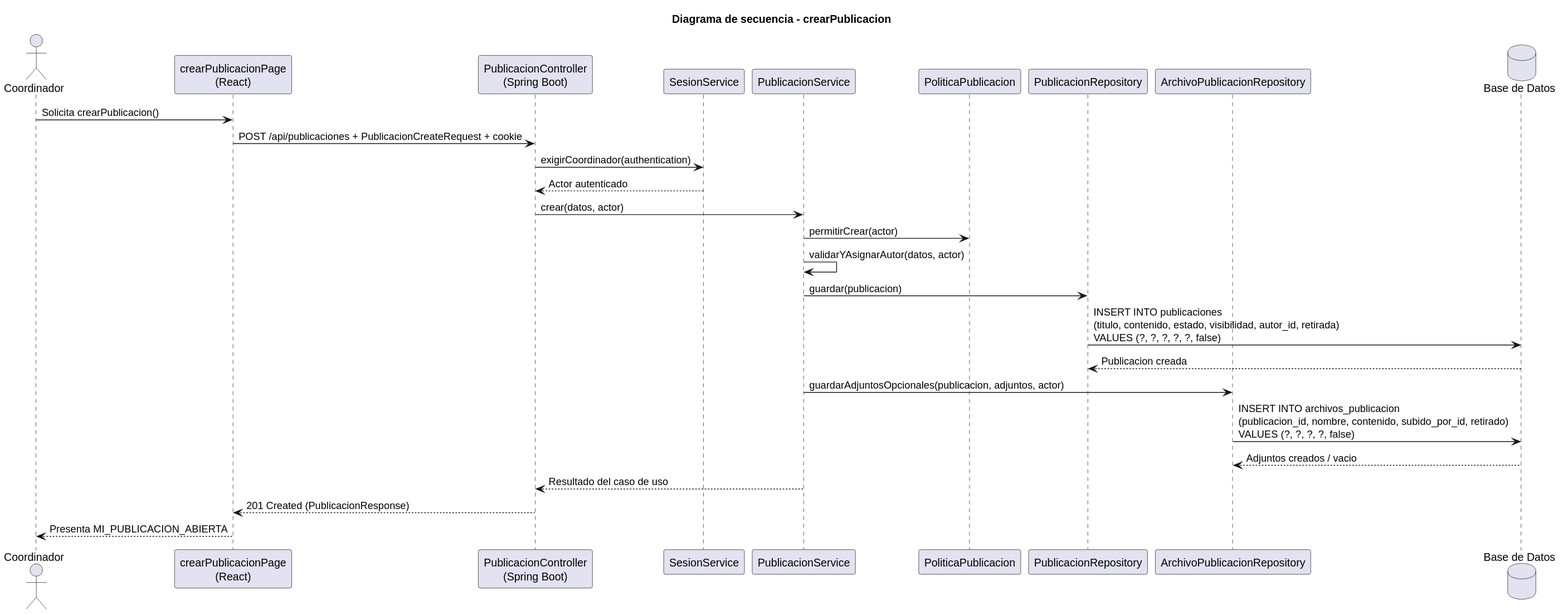
The PlantUML diagram images/RUP/02-diseño/casos-uso/coordinador/crearPublicacion/secuencia.svg in beatriizorozco/25-26-idsw2-sdVC, before a commit.
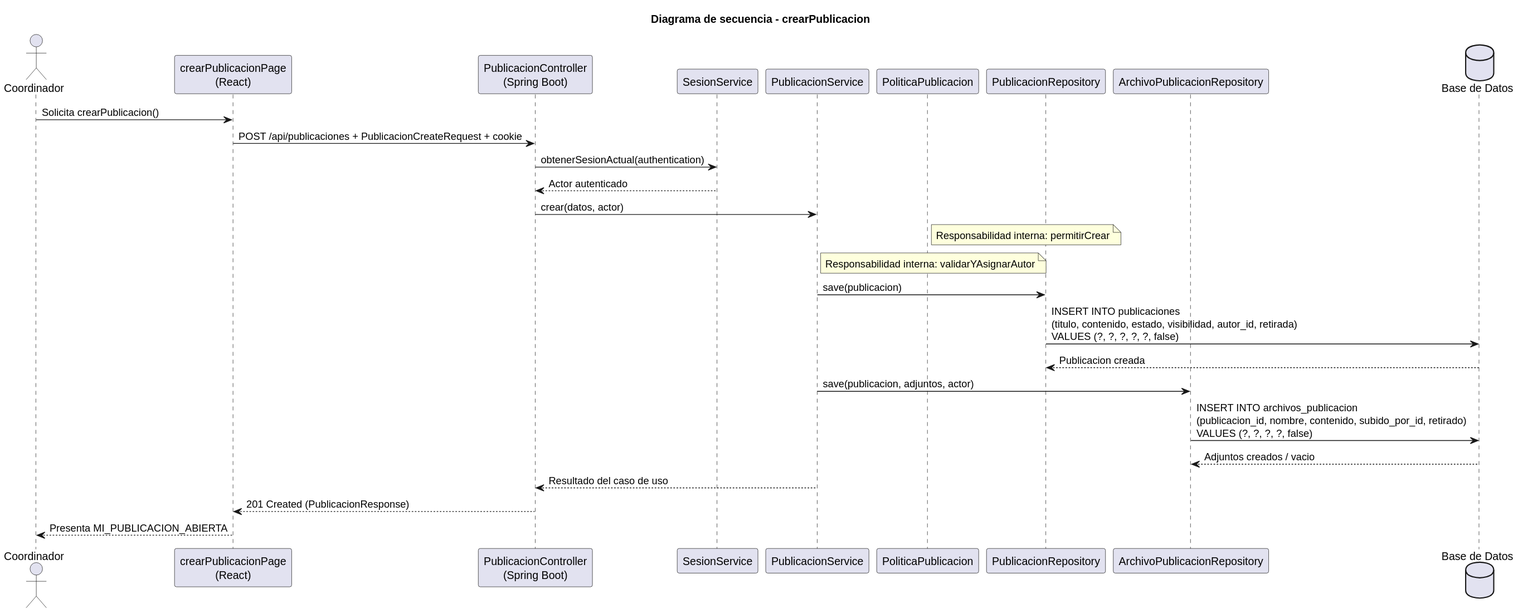
After the change.

Diff of the diagram source:
```diff
@@ -12,15 +12,15 @@
 
 Coordinador -> Frontend: Solicita crearPublicacion()
 Frontend -> Api: POST /api/publicaciones + PublicacionCreateRequest + cookie
-Api -> Sesion: exigirCoordinador(authentication)
+Api -> Sesion: obtenerSesionActual(authentication)
 Sesion --> Api: Actor autenticado
 Api -> Service: crear(datos, actor)
-Service -> Policy: permitirCrear(actor)
-Service -> Service: validarYAsignarAutor(datos, actor)
-Service -> Repo: guardar(publicacion)
+note right of Policy: Responsabilidad interna: permitirCrear
+note right of Service: Responsabilidad interna: validarYAsignarAutor
+Service -> Repo: save(publicacion)
 Repo -> DB: INSERT INTO publicaciones\n(titulo, contenido, estado, visibilidad, autor_id, retirada)\nVALUES (?, ?, ?, ?, ?, false)
 DB --> Repo: Publicacion creada
-Service -> ArchivoRepo: guardarAdjuntosOpcionales(publicacion, adjuntos, actor)
+Service -> ArchivoRepo: save(publicacion, adjuntos, actor)
 ArchivoRepo -> DB: INSERT INTO archivos_publicacion\n(publicacion_id, nombre, contenido, subido_por_id, retirado)\nVALUES (?, ?, ?, ?, false)
 DB --> ArchivoRepo: Adjuntos creados / vacio
 Service --> Api: Resultado del caso de uso
```
